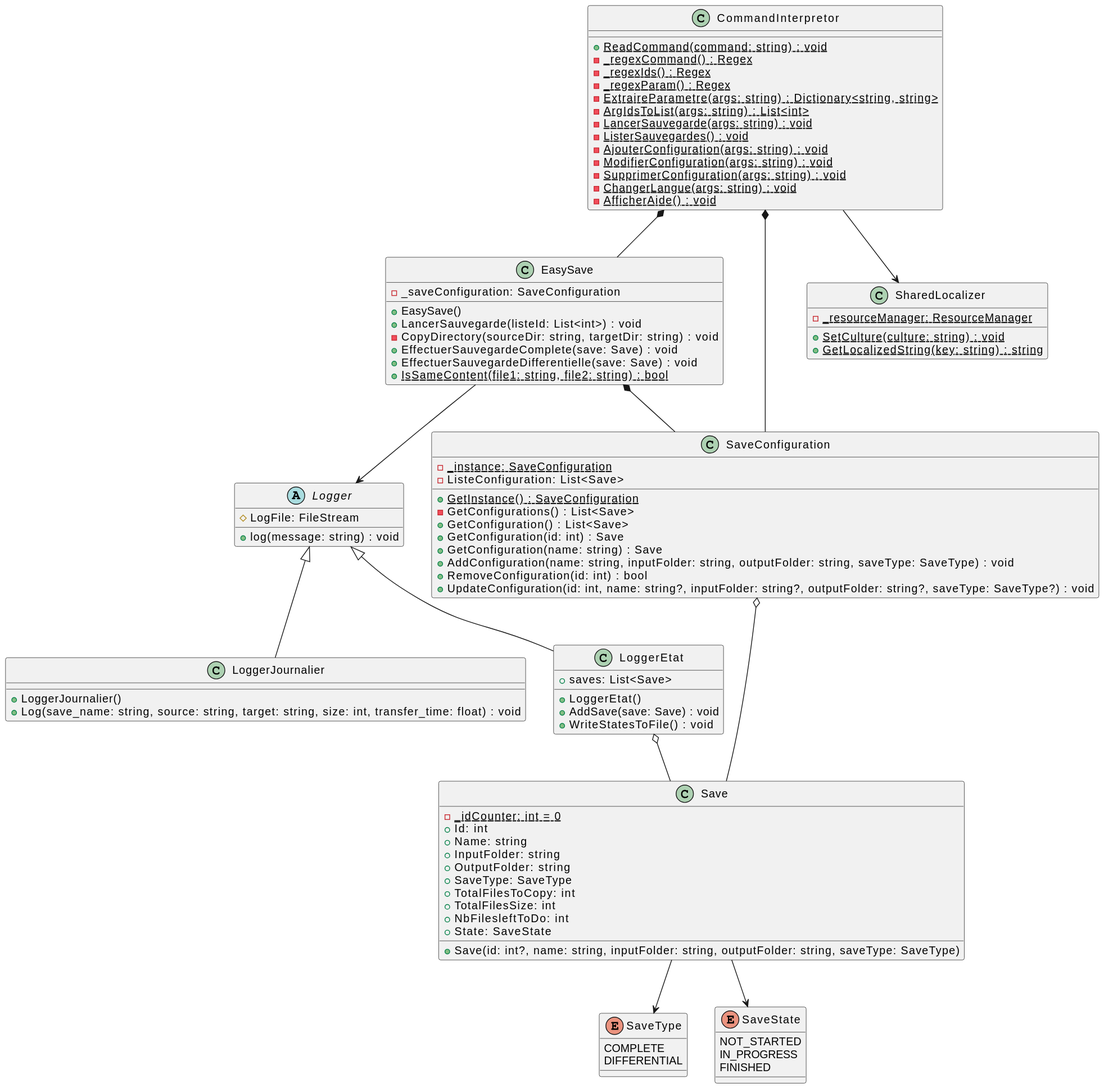
This is UML/output/ClassDiagram.svg from Melvin-Menanteau/EasySave, a PlantUML export, as it was before one commit.
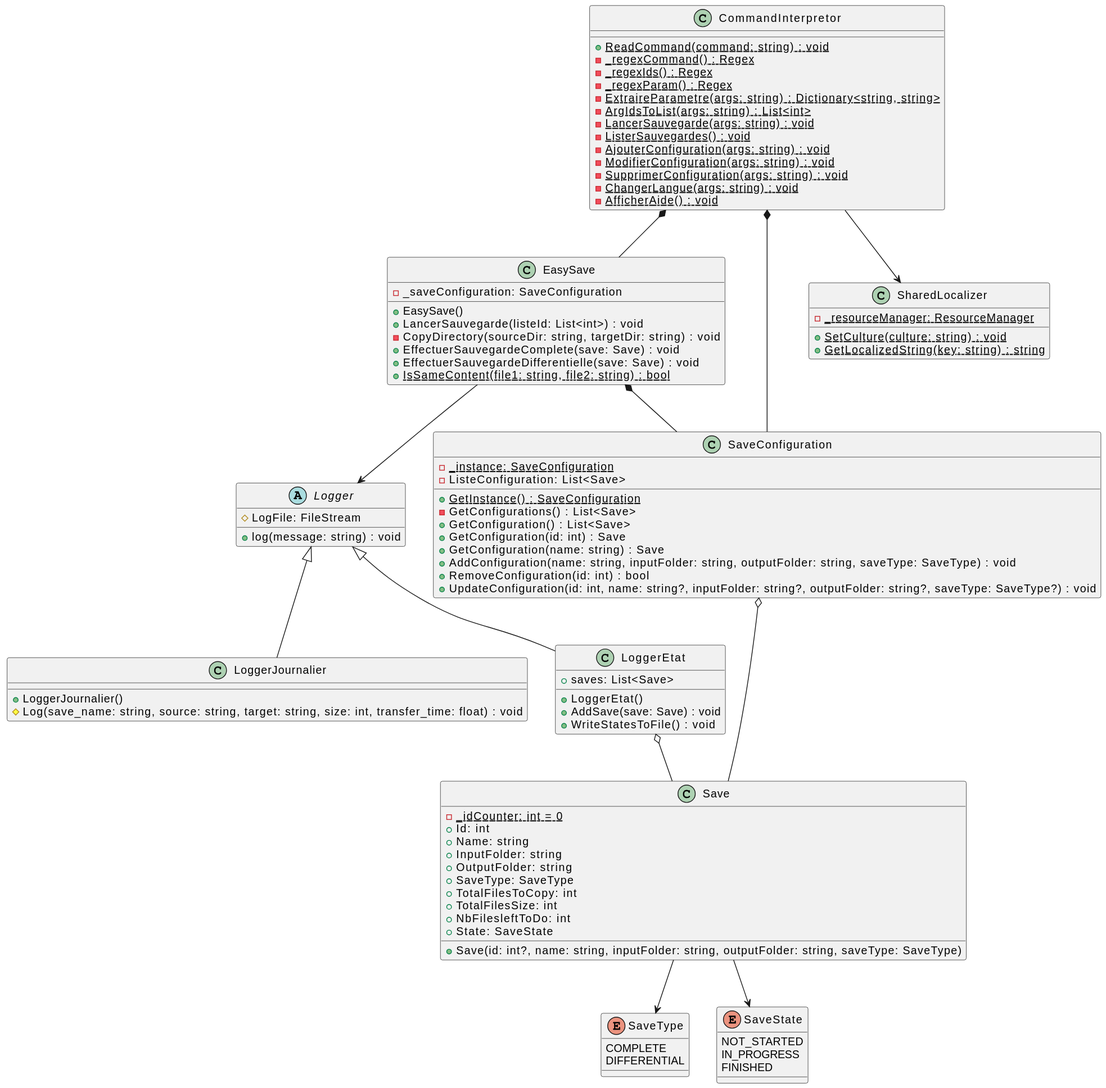
Above is the later version.

Diff of the diagram source:
```diff
@@ -7,7 +7,7 @@
 Logger <|-- LoggerJournalier
 class LoggerJournalier {
     +LoggerJournalier()
-    +Log(save_name: string, source: string, target: string, size: int, transfer_time: float) : void
+    #Log(save_name: string, source: string, target: string, size: int, transfer_time: float) : void
 }
 
 Logger <|-- LoggerEtat
```
